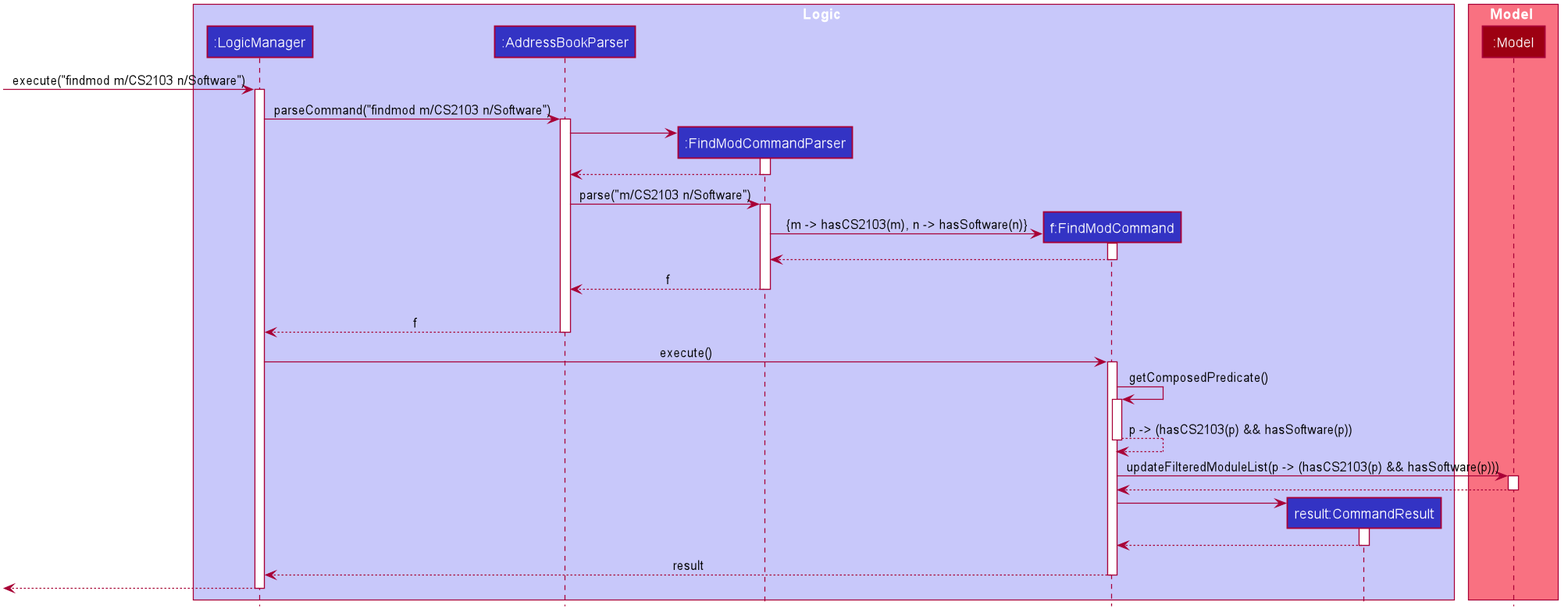
nus-cs2103-AY2021S1/tp keeps this PlantUML diagram as docs/images/FindmodSequenceDiagram.png. Above is the earlier version. Its diagram source:
```plantuml
@startuml








skinparam BackgroundColor #FFFFFFF

skinparam Shadowing false

skinparam Class {
    FontColor #FFFFFF
    BorderThickness 1
    BorderColor #FFFFFF
    StereotypeFontColor #FFFFFF
    FontName Arial
}

skinparam Actor {
    BorderColor #000000
    Color #000000
    FontName Arial
}

skinparam Sequence {
    MessageAlign center
    BoxFontSize 15
    BoxPadding 0
    BoxFontColor #FFFFFF
    FontName Arial
}

skinparam Participant {
    FontColor #FFFFFFF
    Padding 20
}

skinparam MinClassWidth 50
skinparam ParticipantPadding 10
skinparam Shadowing false
skinparam DefaultTextAlignment center
skinparam packageStyle Rectangle

hide footbox
hide members
hide circle

box Logic #C8C8FA
participant ":LogicManager" as LogicManager #3333C4
participant ":AddressBookParser" as AddressBookParser #3333C4
participant ":FindModCommandParser" as FindModCommandParser #3333C4
participant "f:FindModCommand" as FindModCommand #3333C4
participant "result:CommandResult" as CommandResult #3333C4
end box

box Model #F97181
participant ":Model" as Model #9D0012
end box

[-> LogicManager : execute("findmod m/CS2103 n/Software")
activate LogicManager

LogicManager -> AddressBookParser : parseCommand("findmod m/CS2103 n/Software")
activate AddressBookParser

create FindModCommandParser
AddressBookParser -> FindModCommandParser
activate FindModCommandParser

FindModCommandParser --> AddressBookParser
deactivate FindModCommandParser

AddressBookParser -> FindModCommandParser : parse("m/CS2103 n/Software")
activate FindModCommandParser

create FindModCommand
FindModCommandParser -> FindModCommand : {m -> hasCS2103(m), n -> hasSoftware(n)}
activate FindModCommand
FindModCommand --> FindModCommandParser
deactivate FindModCommand

FindModCommandParser --> AddressBookParser : f
deactivate FindModCommandParser
FindModCommandParser -[hidden]-> AddressBookParser

AddressBookParser --> LogicManager : f
deactivate AddressBookParser

LogicManager -> FindModCommand : execute()
activate FindModCommand
FindModCommand -> FindModCommand : getComposedPredicate()
activate FindModCommand
FindModCommand --> FindModCommand : p -> (hasCS2103(p) && hasSoftware(p))
deactivate FindModCommand

FindModCommand -> Model : updateFilteredModuleList(p -> (hasCS2103(p) && hasSoftware(p)))
activate Model

Model --> FindModCommand
deactivate Model

create CommandResult
FindModCommand -> CommandResult
activate CommandResult

CommandResult --> FindModCommand
deactivate CommandResult

FindModCommand --> LogicManager : result
deactivate FindModCommand

[<--LogicManager
deactivate LogicManager
@enduml
```
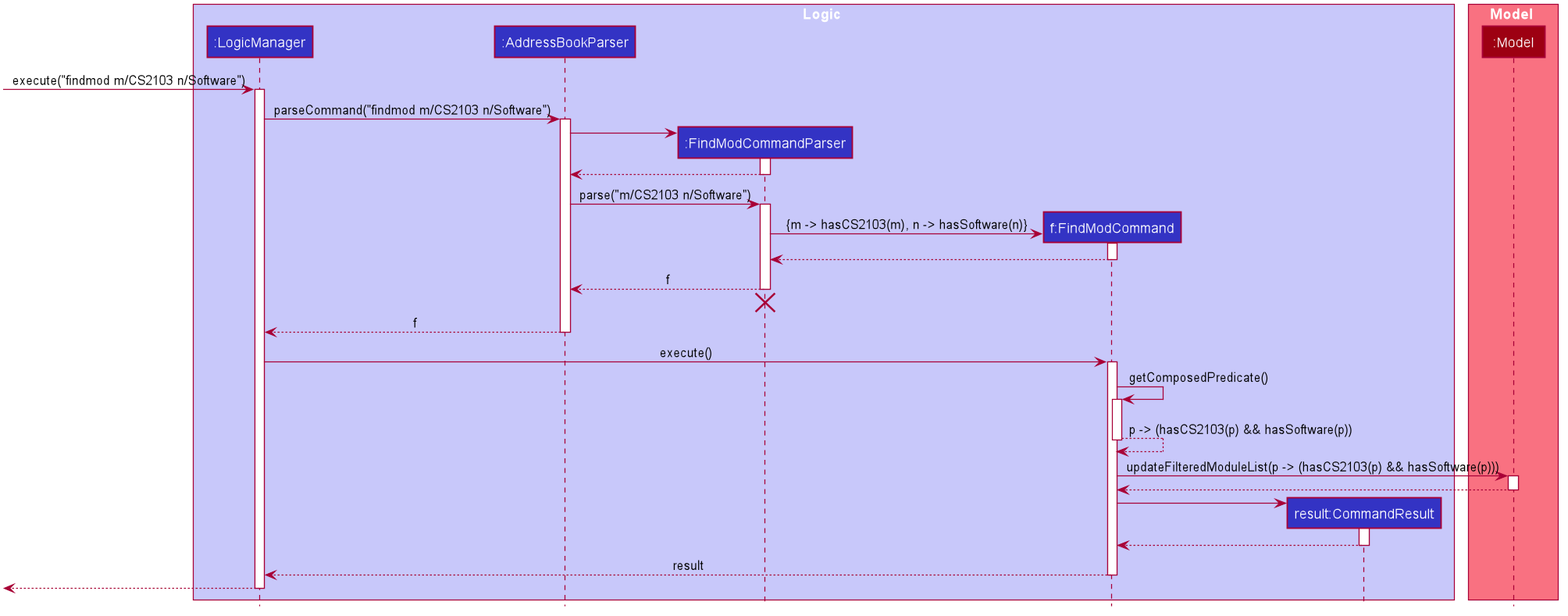
The same file after the commit.

Diff of the diagram source:
```diff
@@ -85,6 +85,7 @@
 FindModCommandParser --> AddressBookParser : f
 deactivate FindModCommandParser
 FindModCommandParser -[hidden]-> AddressBookParser
+destroy FindModCommandParser
 
 AddressBookParser --> LogicManager : f
 deactivate AddressBookParser
```
